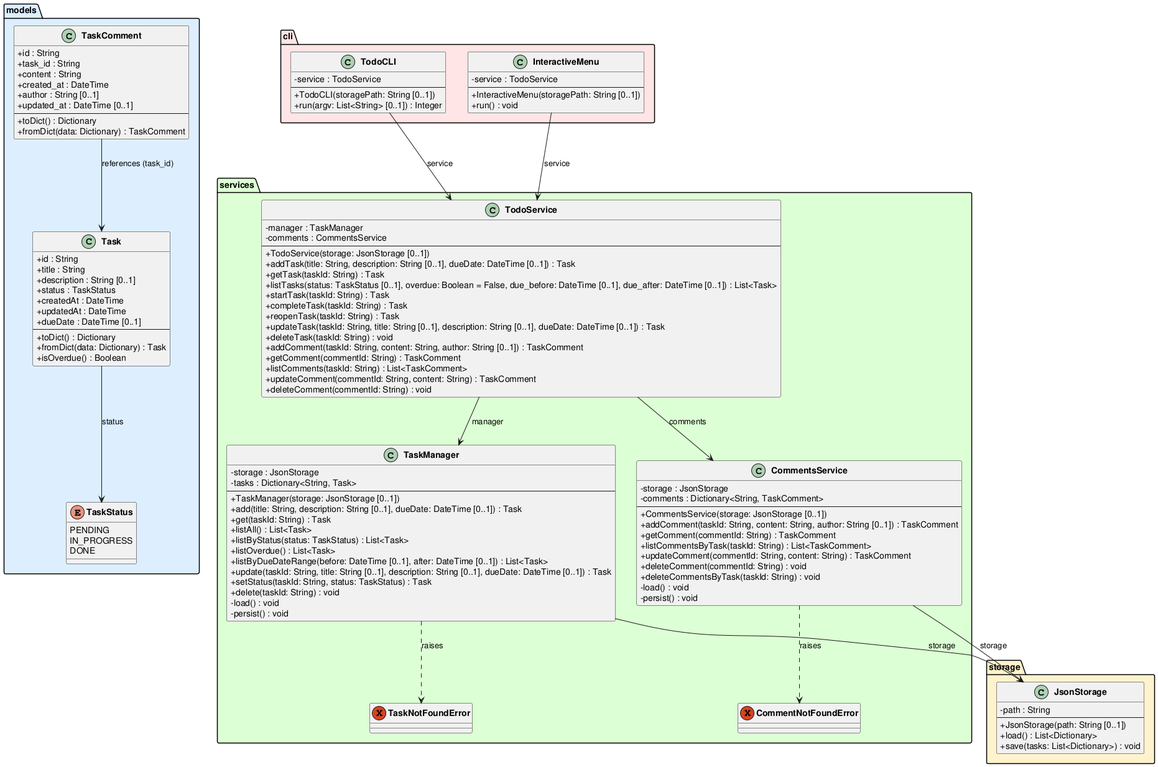
Above: experiments/broadcast/structured_text/TODO/artifacts/class_diagram.png in DanielRiha8906/Software_autoevolution_using_agents (PlantUML), before the change.
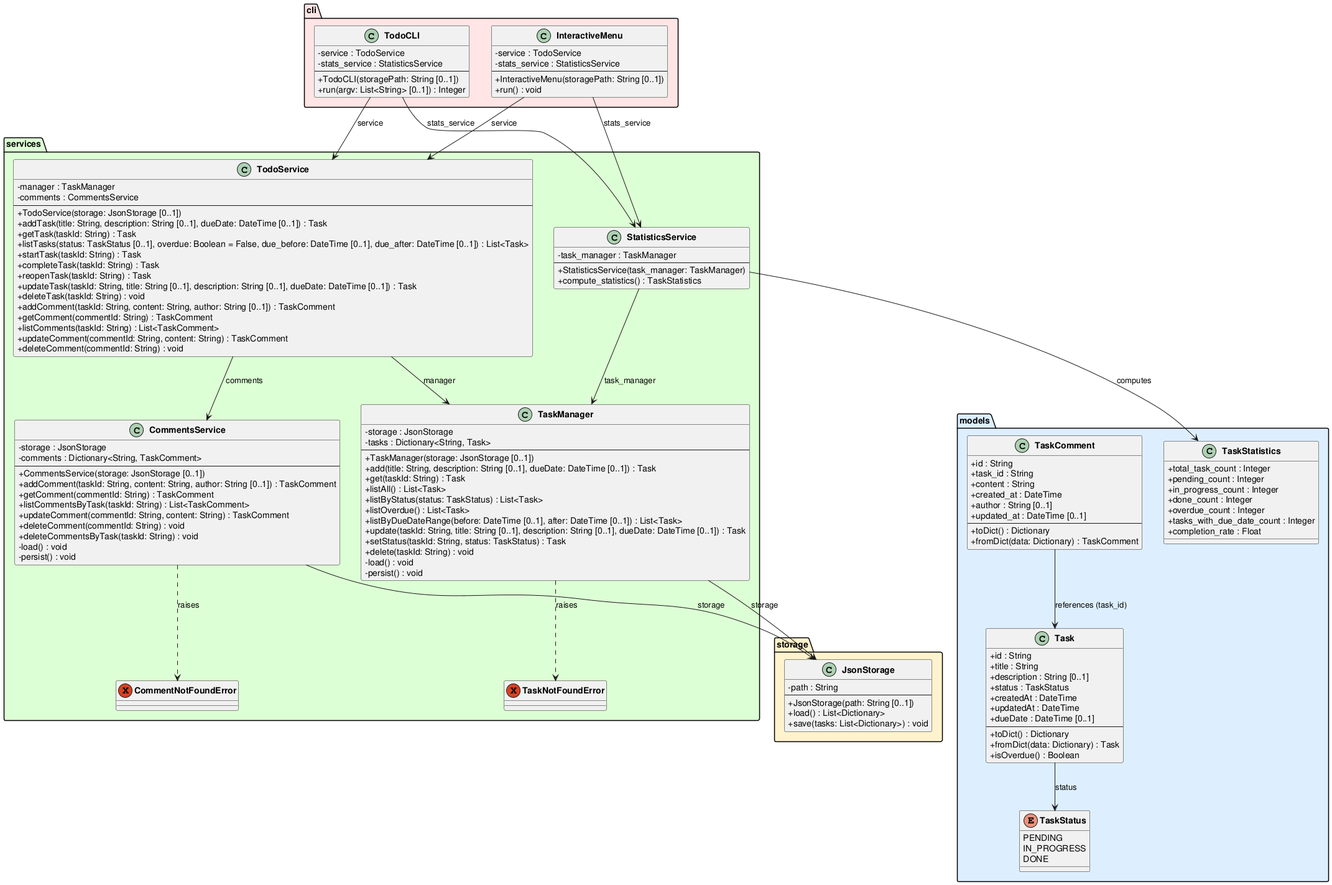
After the commit.

The edit, as a diff of the source:
```diff
@@ -34,6 +34,16 @@
         --
         +toDict() : Dictionary
         +fromDict(data: Dictionary) : TaskComment
+    }
+
+    class TaskStatistics {
+        +total_task_count : Integer
+        +pending_count : Integer
+        +in_progress_count : Integer
+        +done_count : Integer
+        +overdue_count : Integer
+        +tasks_with_due_date_count : Integer
+        +completion_rate : Float
     }
 }
 
@@ -103,11 +113,19 @@
         +updateComment(commentId: String, content: String) : TaskComment
         +deleteComment(commentId: String) : void
     }
+
+    class StatisticsService {
+        -task_manager : TaskManager
+        --
+        +StatisticsService(task_manager: TaskManager)
+        +compute_statistics() : TaskStatistics
+    }
 }
 
 package "cli" #FFE5E5 {
     class TodoCLI {
         -service : TodoService
+        -stats_service : StatisticsService
         --
         +TodoCLI(storagePath: String [0..1])
         +run(argv: List<String> [0..1]) : Integer
@@ -115,6 +133,7 @@
 
     class InteractiveMenu {
         -service : TodoService
+        -stats_service : StatisticsService
         --
         +InteractiveMenu(storagePath: String [0..1])
         +run() : void
@@ -129,7 +148,11 @@
 CommentsService ..> CommentNotFoundError : raises
 TodoService --> TaskManager : manager
 TodoService --> CommentsService : comments
+StatisticsService --> TaskManager : task_manager
+StatisticsService --> TaskStatistics : computes
 TodoCLI --> TodoService : service
+TodoCLI --> StatisticsService : stats_service
 InteractiveMenu --> TodoService : service
+InteractiveMenu --> StatisticsService : stats_service
 
 @enduml
```
